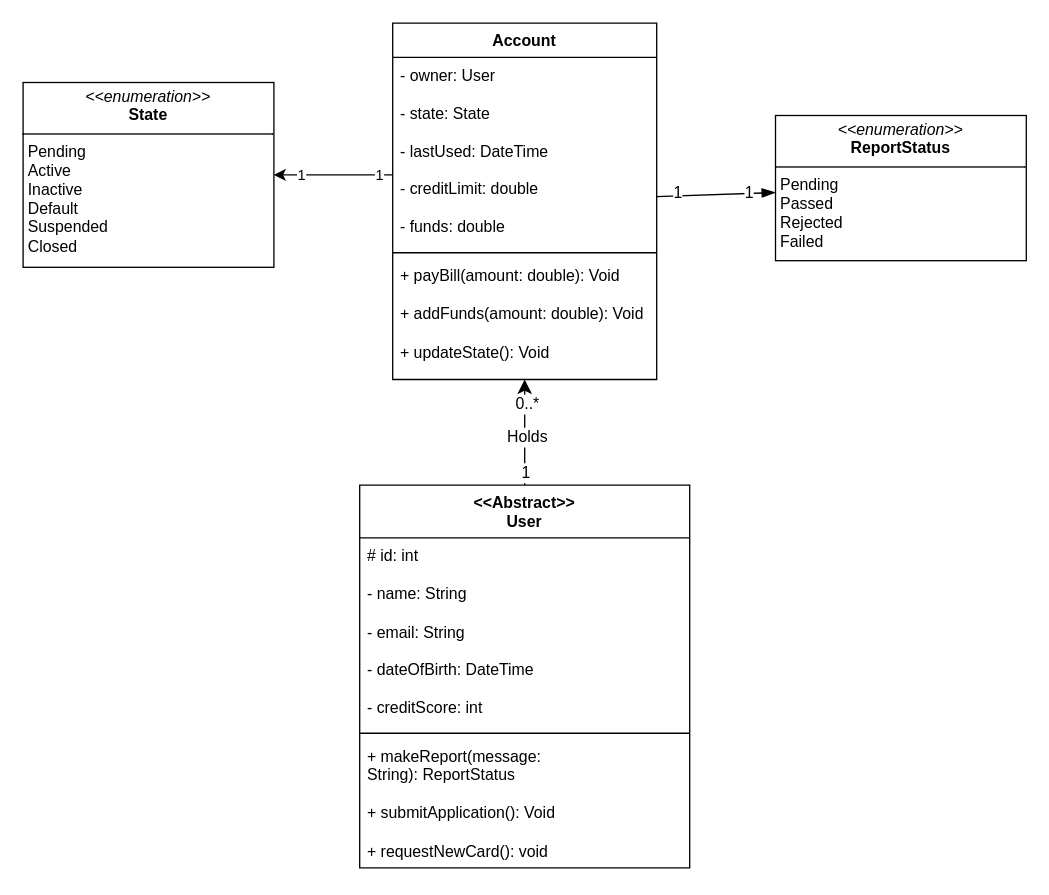
This is page "Page-3" (3 of 3) of workshop6_week7.drawio from antonykimuom/SWEN30006-2025-SM1-workshop1-tuew05-14-00-team-12, a draw.io file, before an edit. Source tidied: cells renumbered, new cells numbered last; positions are measured from the earlier drawing's top-left corner, leaving out a move shared by most shapes. Both pictures are drawn from the tidied source at 132%, with x=0, y=0 at pixel (22, 22).
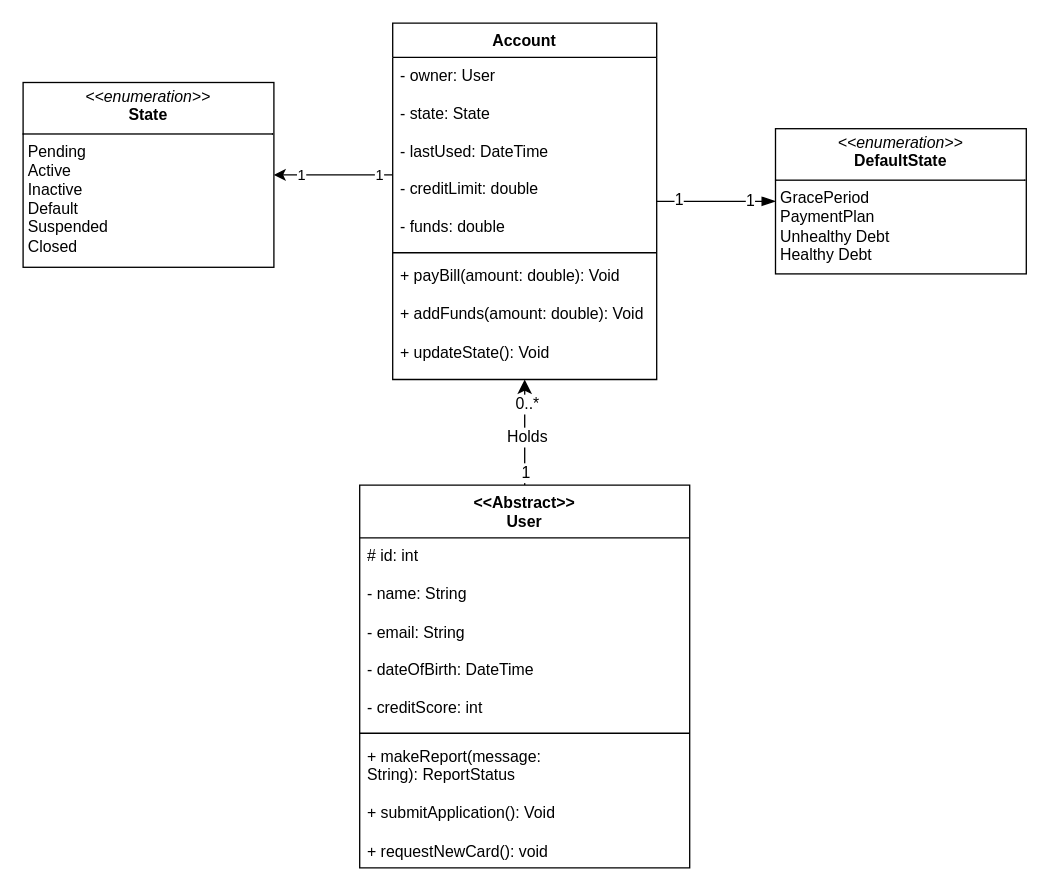
After the change.

Change to the diagram source:
```diff
@@
-    <mxCell id="13" value="&lt;p style=&quot;margin:0px;margin-top:4px;text-align:center;&quot;&gt;&lt;i&gt;&amp;lt;&amp;lt;enumeration&amp;gt;&amp;gt;&lt;/i&gt;&lt;br&gt;&lt;b&gt;ReportStatus&lt;/b&gt;&lt;/p&gt;&lt;hr size=&quot;1&quot; style=&quot;border-style:solid;&quot;&gt;&lt;p style=&quot;margin:0px;margin-left:4px;&quot;&gt;Pending&lt;/p&gt;&lt;p style=&quot;margin:0px;margin-left:4px;&quot;&gt;Passed&lt;/p&gt;&lt;p style=&quot;margin:0px;margin-left:4px;&quot;&gt;Rejected&lt;/p&gt;&lt;p style=&quot;margin:0px;margin-left:4px;&quot;&gt;Failed&lt;/p&gt;" style="verticalAlign=top;align=left;overflow=fill;html=1;whiteSpace=wrap;" parent="1" vertex="1">
-      <mxGeometry x="570" y="70" width="190" height="110" as="geometry" />
+    <mxCell id="13" value="&lt;p style=&quot;margin:0px;margin-top:4px;text-align:center;&quot;&gt;&lt;i&gt;&amp;lt;&amp;lt;enumeration&amp;gt;&amp;gt;&lt;/i&gt;&lt;br&gt;&lt;b&gt;DefaultState&lt;/b&gt;&lt;/p&gt;&lt;hr size=&quot;1&quot; style=&quot;border-style:solid;&quot;&gt;&lt;p style=&quot;margin:0px;margin-left:4px;&quot;&gt;GracePeriod&lt;/p&gt;&lt;p style=&quot;margin:0px;margin-left:4px;&quot;&gt;PaymentPlan&lt;/p&gt;&lt;p style=&quot;margin:0px;margin-left:4px;&quot;&gt;Unhealthy Debt&lt;/p&gt;&lt;p style=&quot;margin:0px;margin-left:4px;&quot;&gt;Healthy Debt&lt;/p&gt;" style="verticalAlign=top;align=left;overflow=fill;html=1;whiteSpace=wrap;" parent="1" vertex="1">
+      <mxGeometry x="570" y="80" width="190" height="110" as="geometry" />
     </mxCell>
```
